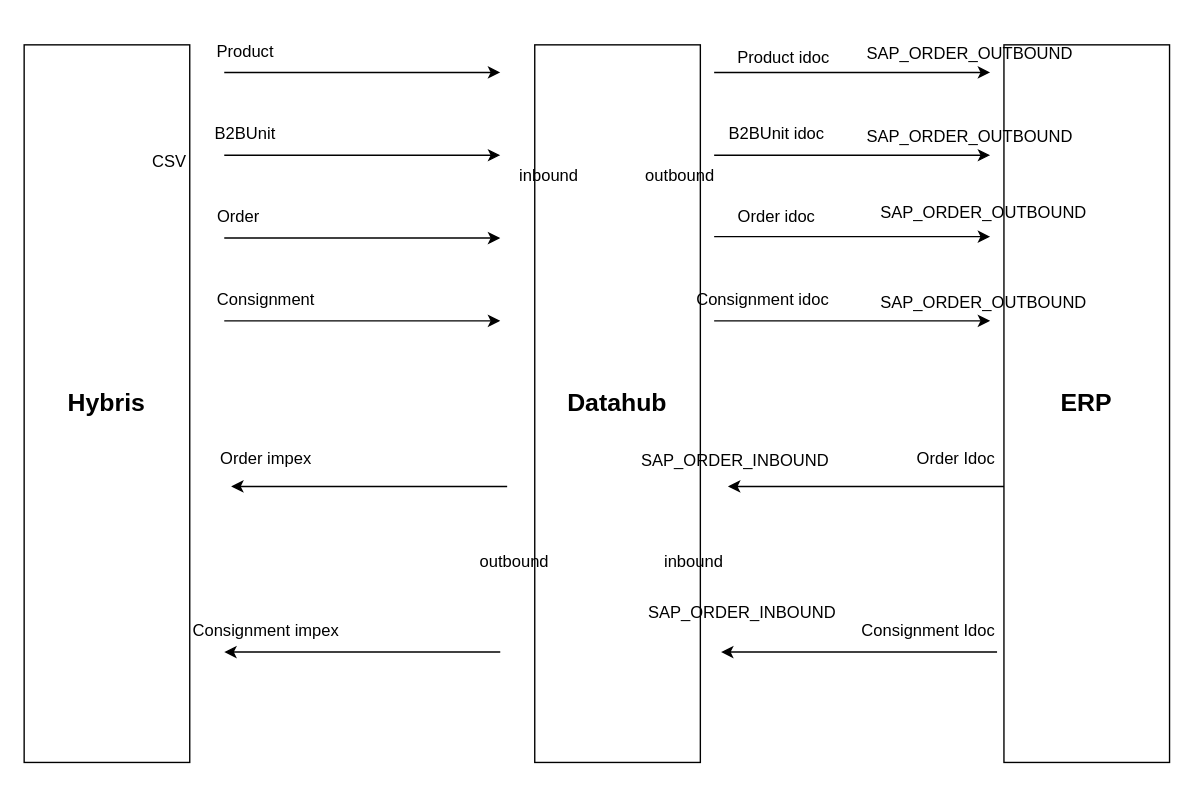
Earlier version of the draw.io diagram page "Page-1" (1 of 2) of Untitled Diagram.drawio (hoa89nguyen/myproject). Source tidied: cells renumbered, new cells numbered last; positions are measured from the earlier drawing's top-left corner, leaving out a move shared by most shapes. Both pictures are drawn from the tidied source at 138%, with x=0, y=0 at pixel (23, 23).
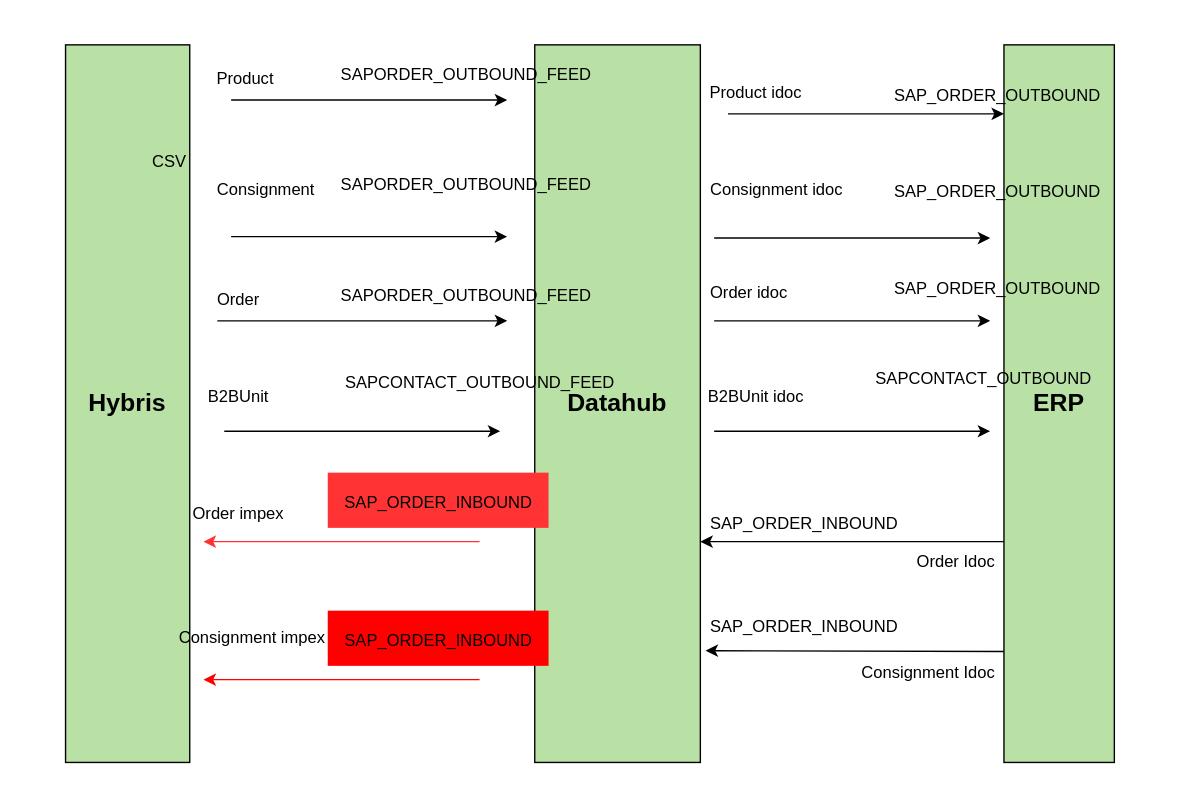
After the change.

What changed in the source:
```diff
@@
-    <mxCell id="2" value="&lt;font style=&quot;font-size: 18px;&quot;&gt;&lt;b&gt;Datahub&lt;/b&gt;&lt;/font&gt;" style="rounded=0;whiteSpace=wrap;html=1;" parent="1" vertex="1">
+    <mxCell id="2" value="&lt;font style=&quot;font-size: 18px;&quot;&gt;&lt;b&gt;Datahub&lt;/b&gt;&lt;/font&gt;" style="rounded=0;whiteSpace=wrap;html=1;fillColor=#B9E0A5;" parent="1" vertex="1">
       <mxGeometry x="370" y="15" width="120" height="520" as="geometry" />
     </mxCell>
-    <mxCell id="3" value="outbound" style="text;html=1;align=center;verticalAlign=middle;strokeColor=none;fillColor=none;" parent="1" vertex="1">
-      <mxGeometry x="440" y="95" width="70" height="30" as="geometry" />
-    </mxCell>
-    <mxCell id="4" value="inbound" style="text;html=1;align=center;verticalAlign=middle;strokeColor=none;fillColor=none;" parent="1" vertex="1">
-      <mxGeometry x="450" y="375" width="70" height="30" as="geometry" />
-    </mxCell>
-    <mxCell id="5" value="outbound" style="text;html=1;align=center;verticalAlign=middle;strokeColor=none;fillColor=none;" parent="1" vertex="1">
-      <mxGeometry x="320" y="375" width="70" height="30" as="geometry" />
-    </mxCell>
     <mxCell id="6" style="endArrow=classic;html=1;rounded=0;" parent="1" edge="1">
       <mxGeometry relative="1" as="geometry">
-        <mxPoint x="145" y="35" as="sourcePoint" />
-        <mxPoint x="345" y="35" as="targetPoint" />
+        <mxPoint x="150" y="55" as="sourcePoint" />
+        <mxPoint x="350" y="55" as="targetPoint" />
       </mxGeometry>
     </mxCell>
-    <mxCell id="7" value="&lt;font style=&quot;font-size: 18px;&quot;&gt;&lt;b&gt;Hybris&lt;/b&gt;&lt;/font&gt;" style="rounded=0;whiteSpace=wrap;html=1;" parent="1" vertex="1">
-      <mxGeometry y="15" width="120" height="520" as="geometry" />
+    <mxCell id="7" value="&lt;font style=&quot;font-size: 18px;&quot;&gt;&lt;b&gt;Hybris&lt;/b&gt;&lt;/font&gt;" style="rounded=0;whiteSpace=wrap;html=1;fillColor=#B9E0A5;" parent="1" vertex="1">
+      <mxGeometry x="30" y="15" width="90" height="520" as="geometry" />
     </mxCell>
-    <mxCell id="8" value="&lt;font style=&quot;font-size: 18px;&quot;&gt;&lt;b&gt;ERP&lt;/b&gt;&lt;/font&gt;" style="rounded=0;whiteSpace=wrap;html=1;" parent="1" vertex="1">
-      <mxGeometry x="710" y="15" width="120" height="520" as="geometry" />
+    <mxCell id="8" value="&lt;font style=&quot;font-size: 18px;&quot;&gt;&lt;b&gt;ERP&lt;/b&gt;&lt;/font&gt;" style="rounded=0;whiteSpace=wrap;html=1;fillColor=#B9E0A5;" parent="1" vertex="1">
+      <mxGeometry x="710" y="15" width="80" height="520" as="geometry" />
     </mxCell>
     <mxCell id="9" value="Product" style="text;html=1;align=center;verticalAlign=middle;strokeColor=none;fillColor=none;" parent="1" vertex="1">
-      <mxGeometry x="130" y="5" width="60" height="30" as="geometry" />
+      <mxGeometry x="130" y="25" width="60" height="30" as="geometry" />
     </mxCell>
     <mxCell id="10" style="endArrow=classic;html=1;rounded=0;" parent="1" edge="1">
       <mxGeometry relative="1" as="geometry">
-        <mxPoint x="145" y="95" as="sourcePoint" />
-        <mxPoint x="345" y="95" as="targetPoint" />
+        <mxPoint x="150" y="154" as="sourcePoint" />
+        <mxPoint x="350" y="154" as="targetPoint" />
       </mxGeometry>
     </mxCell>
     <mxCell id="11" value="B2BUnit" style="text;html=1;align=center;verticalAlign=middle;strokeColor=none;fillColor=none;" parent="1" vertex="1">
-      <mxGeometry x="125" y="65" width="70" height="30" as="geometry" />
+      <mxGeometry x="120" y="255" width="70" height="30" as="geometry" />
     </mxCell>
-    <mxCell id="12" style="endArrow=classic;html=1;rounded=0;" parent="1" edge="1">
-      <mxGeometry relative="1" as="geometry">
-        <mxPoint x="145" y="155" as="sourcePoint" />
-        <mxPoint x="345" y="155" as="targetPoint" />
-        <Array as="points">
-          <mxPoint x="255" y="155" />
-        </Array>
-      </mxGeometry>
-    </mxCell>
     <mxCell id="13" value="Order" style="text;html=1;align=center;verticalAlign=middle;strokeColor=none;fillColor=none;" parent="1" vertex="1">
-      <mxGeometry x="130" y="125" width="50" height="30" as="geometry" />
+      <mxGeometry x="130" y="185" width="50" height="30" as="geometry" />
     </mxCell>
     <mxCell id="14" style="endArrow=classic;html=1;rounded=0;" parent="1" edge="1">
       <mxGeometry relative="1" as="geometry">
-        <mxPoint x="145" y="215" as="sourcePoint" />
-        <mxPoint x="345" y="215" as="targetPoint" />
+        <mxPoint x="145" y="295" as="sourcePoint" />
+        <mxPoint x="345" y="295" as="targetPoint" />
         <Array as="points">
-          <mxPoint x="255" y="215" />
+          <mxPoint x="255" y="295" />
         </Array>
       </mxGeometry>
     </mxCell>
     <mxCell id="15" value="Consignment" style="text;html=1;align=center;verticalAlign=middle;strokeColor=none;fillColor=none;" parent="1" vertex="1">
-      <mxGeometry x="130" y="185" width="90" height="30" as="geometry" />
+      <mxGeometry x="130" y="105" width="90" height="30" as="geometry" />
     </mxCell>
-    <mxCell id="16" value="inbound" style="text;html=1;align=center;verticalAlign=middle;strokeColor=none;fillColor=none;" parent="1" vertex="1">
-      <mxGeometry x="345" y="95" width="70" height="30" as="geometry" />
-    </mxCell>
@@
     <mxCell id="18" style="endArrow=classic;html=1;rounded=0;" parent="1" edge="1">
       <mxGeometry relative="1" as="geometry">
-        <mxPoint x="500" y="35" as="sourcePoint" />
-        <mxPoint x="700" y="35" as="targetPoint" />
+        <mxPoint x="510" y="65" as="sourcePoint" />
+        <mxPoint x="710" y="65" as="targetPoint" />
       </mxGeometry>
     </mxCell>
     <mxCell id="19" style="endArrow=classic;html=1;rounded=0;" parent="1" edge="1">
       <mxGeometry relative="1" as="geometry">
-        <mxPoint x="500" y="95" as="sourcePoint" />
-        <mxPoint x="700" y="95" as="targetPoint" />
+        <mxPoint x="500" y="155" as="sourcePoint" />
+        <mxPoint x="700" y="155" as="targetPoint" />
       </mxGeometry>
     </mxCell>
     <mxCell id="20" style="endArrow=classic;html=1;rounded=0;" parent="1" edge="1">
       <mxGeometry relative="1" as="geometry">
-        <mxPoint x="500" y="215" as="sourcePoint" />
-        <mxPoint x="700" y="215" as="targetPoint" />
+        <mxPoint x="500" y="295" as="sourcePoint" />
+        <mxPoint x="700" y="295" as="targetPoint" />
       </mxGeometry>
     </mxCell>
     <mxCell id="21" value="Product idoc" style="text;html=1;align=center;verticalAlign=middle;strokeColor=none;fillColor=none;" parent="1" vertex="1">
-      <mxGeometry x="505" y="10" width="90" height="30" as="geometry" />
+      <mxGeometry x="485" y="35" width="90" height="30" as="geometry" />
     </mxCell>
     <mxCell id="22" value="B2BUnit idoc" style="text;html=1;align=center;verticalAlign=middle;strokeColor=none;fillColor=none;" parent="1" vertex="1">
-      <mxGeometry x="500" y="65" width="90" height="30" as="geometry" />
+      <mxGeometry x="485" y="255" width="90" height="30" as="geometry" />
     </mxCell>
     <mxCell id="23" value="Order idoc" style="text;html=1;align=center;verticalAlign=middle;strokeColor=none;fillColor=none;" parent="1" vertex="1">
-      <mxGeometry x="505" y="125" width="80" height="30" as="geometry" />
+      <mxGeometry x="485" y="180" width="80" height="30" as="geometry" />
     </mxCell>
     <mxCell id="24" value="Consignment idoc" style="text;html=1;align=center;verticalAlign=middle;strokeColor=none;fillColor=none;" parent="1" vertex="1">
-      <mxGeometry x="475" y="185" width="120" height="30" as="geometry" />
+      <mxGeometry x="485" y="105" width="120" height="30" as="geometry" />
     </mxCell>
-    <mxCell id="25" style="endArrow=classic;html=1;rounded=0;" parent="1" edge="1">
+    <mxCell id="25" style="endArrow=classic;html=1;rounded=0;strokeColor=#FF3333;" parent="1" edge="1">
       <mxGeometry relative="1" as="geometry">
-        <mxPoint x="710" y="335" as="sourcePoint" />
-        <mxPoint x="510" y="335" as="targetPoint" />
+        <mxPoint x="330" y="375" as="sourcePoint" />
+        <mxPoint x="130" y="375" as="targetPoint" />
       </mxGeometry>
     </mxCell>
-    <mxCell id="26" style="endArrow=classic;html=1;rounded=0;" parent="1" edge="1">
+    <mxCell id="26" style="endArrow=classic;html=1;rounded=0;entryX=0.145;entryY=0.98;entryDx=0;entryDy=0;entryPerimeter=0;" parent="1" edge="1">
       <mxGeometry relative="1" as="geometry">
-        <mxPoint x="345" y="455" as="sourcePoint" />
-        <mxPoint x="145" y="455" as="targetPoint" />
+        <mxPoint x="710" y="454.6" as="sourcePoint" />
+        <mxPoint x="493.8" y="454" as="targetPoint" />
       </mxGeometry>
     </mxCell>
     <mxCell id="27" value="Order Idoc" style="text;html=1;align=center;verticalAlign=middle;strokeColor=none;fillColor=none;" parent="1" vertex="1">
-      <mxGeometry x="635" y="300" width="80" height="30" as="geometry" />
+      <mxGeometry x="635" y="375" width="80" height="30" as="geometry" />
     </mxCell>
     <mxCell id="28" value="Consignment Idoc" style="text;html=1;align=center;verticalAlign=middle;strokeColor=none;fillColor=none;" parent="1" vertex="1">
-      <mxGeometry x="595" y="425" width="120" height="30" as="geometry" />
+      <mxGeometry x="595" y="455" width="120" height="30" as="geometry" />
     </mxCell>
     <mxCell id="29" style="endArrow=classic;html=1;rounded=0;" parent="1" edge="1">
       <mxGeometry relative="1" as="geometry">
-        <mxPoint x="350" y="335" as="sourcePoint" />
-        <mxPoint x="150" y="335" as="targetPoint" />
+        <mxPoint x="710" y="375" as="sourcePoint" />
+        <mxPoint x="490" y="375" as="targetPoint" />
       </mxGeometry>
     </mxCell>
     <mxCell id="30" value="Order impex" style="text;html=1;align=center;verticalAlign=middle;strokeColor=none;fillColor=none;" parent="1" vertex="1">
-      <mxGeometry x="130" y="300" width="90" height="30" as="geometry" />
+      <mxGeometry x="110" y="340" width="90" height="30" as="geometry" />
     </mxCell>
     <mxCell id="31" value="Consignment impex" style="text;html=1;align=center;verticalAlign=middle;strokeColor=none;fillColor=none;" parent="1" vertex="1">
-      <mxGeometry x="110" y="425" width="130" height="30" as="geometry" />
+      <mxGeometry x="100" y="430" width="130" height="30" as="geometry" />
     </mxCell>
-    <mxCell id="32" style="endArrow=classic;html=1;rounded=0;" parent="1" edge="1">
+    <mxCell id="32" style="endArrow=classic;html=1;rounded=0;strokeColor=#FF0000;" parent="1" edge="1">
       <mxGeometry relative="1" as="geometry">
-        <mxPoint x="705" y="455" as="sourcePoint" />
-        <mxPoint x="505" y="455" as="targetPoint" />
+        <mxPoint x="330" y="475" as="sourcePoint" />
+        <mxPoint x="130" y="475" as="targetPoint" />
       </mxGeometry>
     </mxCell>
-    <mxCell id="33" value="&lt;font style=&quot;font-size: 12px;&quot;&gt;SAP_ORDER_INBOUND&lt;/font&gt;" style="text;html=1;align=center;verticalAlign=middle;strokeColor=none;fillColor=none;fontSize=18;" parent="1" vertex="1">
-      <mxGeometry x="435" y="295" width="160" height="40" as="geometry" />
+    <mxCell id="33" value="&lt;font style=&quot;font-size: 12px;&quot;&gt;SAP_ORDER_INBOUND&lt;/font&gt;" style="text;html=1;align=center;verticalAlign=middle;strokeColor=none;fillColor=#FF3333;fontSize=18;" parent="1" vertex="1">
+      <mxGeometry x="220" y="325" width="160" height="40" as="geometry" />
     </mxCell>
-    <mxCell id="34" value="&lt;font style=&quot;font-size: 12px;&quot;&gt;SAP_ORDER_INBOUND&lt;/font&gt;" style="text;html=1;align=center;verticalAlign=middle;strokeColor=none;fillColor=none;fontSize=18;" parent="1" vertex="1">
-      <mxGeometry x="440" y="405" width="160" height="40" as="geometry" />
+    <mxCell id="34" value="&lt;font style=&quot;font-size: 12px;&quot;&gt;SAP_ORDER_INBOUND&lt;/font&gt;" style="text;html=1;align=center;verticalAlign=middle;strokeColor=none;fillColor=#FF0000;fontSize=18;" parent="1" vertex="1">
+      <mxGeometry x="220" y="425" width="160" height="40" as="geometry" />
     </mxCell>
     <mxCell id="35" value="&lt;font style=&quot;font-size: 12px;&quot;&gt;SAP_ORDER_OUTBOUND&lt;/font&gt;" style="text;html=1;align=center;verticalAlign=middle;strokeColor=none;fillColor=none;fontSize=18;" parent="1" vertex="1">
-      <mxGeometry x="600" width="170" height="40" as="geometry" />
+      <mxGeometry x="620" y="30" width="170" height="40" as="geometry" />
     </mxCell>
-    <mxCell id="36" value="&lt;font style=&quot;font-size: 12px;&quot;&gt;SAP_ORDER_OUTBOUND&lt;/font&gt;" style="text;html=1;align=center;verticalAlign=middle;strokeColor=none;fillColor=none;fontSize=18;" parent="1" vertex="1">
-      <mxGeometry x="600" y="60" width="170" height="40" as="geometry" />
+    <mxCell id="36" value="&lt;font style=&quot;font-size: 12px;&quot;&gt;SAPCONTACT_OUTBOUND&lt;br&gt;&lt;/font&gt;" style="text;html=1;align=center;verticalAlign=middle;strokeColor=none;fillColor=none;fontSize=18;" parent="1" vertex="1">
+      <mxGeometry x="605" y="235" width="180" height="40" as="geometry" />
     </mxCell>
     <mxCell id="37" value="&lt;font style=&quot;font-size: 12px;&quot;&gt;SAP_ORDER_OUTBOUND&lt;/font&gt;" style="text;html=1;align=center;verticalAlign=middle;strokeColor=none;fillColor=none;fontSize=18;" parent="1" vertex="1">
-      <mxGeometry x="610" y="115" width="170" height="40" as="geometry" />
+      <mxGeometry x="620" y="170" width="170" height="40" as="geometry" />
     </mxCell>
     <mxCell id="38" value="&lt;font style=&quot;font-size: 12px;&quot;&gt;SAP_ORDER_OUTBOUND&lt;/font&gt;" style="text;html=1;align=center;verticalAlign=middle;strokeColor=none;fillColor=none;fontSize=18;" parent="1" vertex="1">
-      <mxGeometry x="610" y="180" width="170" height="40" as="geometry" />
+      <mxGeometry x="620" y="100" width="170" height="40" as="geometry" />
     </mxCell>
     <mxCell id="39" style="endArrow=classic;html=1;rounded=0;" parent="1" edge="1">
       <mxGeometry relative="1" as="geometry">
-        <mxPoint x="500" y="154" as="sourcePoint" />
-        <mxPoint x="700" y="154" as="targetPoint" />
+        <mxPoint x="500" y="215" as="sourcePoint" />
+        <mxPoint x="700" y="215" as="targetPoint" />
       </mxGeometry>
     </mxCell>
+    <mxCell id="40" value="&lt;font style=&quot;font-size: 12px;&quot;&gt;SAPORDER_OUTBOUND_FEED&lt;/font&gt;" style="text;html=1;align=center;verticalAlign=middle;strokeColor=none;fillColor=none;fontSize=18;" parent="1" vertex="1">
+      <mxGeometry x="220" y="15" width="200" height="40" as="geometry" />
+    </mxCell>
+    <mxCell id="41" value="SAPCONTACT_OUTBOUND_FEED" style="text;html=1;align=center;verticalAlign=middle;strokeColor=none;fillColor=none;" parent="1" vertex="1">
+      <mxGeometry x="220" y="245" width="220" height="30" as="geometry" />
+    </mxCell>
+    <mxCell id="42" value="&lt;font style=&quot;font-size: 12px;&quot;&gt;SAPORDER_OUTBOUND_FEED&lt;/font&gt;" style="text;html=1;align=center;verticalAlign=middle;strokeColor=none;fillColor=none;fontSize=18;" parent="1" vertex="1">
+      <mxGeometry x="220" y="95" width="200" height="40" as="geometry" />
+    </mxCell>
+    <mxCell id="43" value="&lt;font style=&quot;font-size: 12px;&quot;&gt;SAPORDER_OUTBOUND_FEED&lt;/font&gt;" style="text;html=1;align=center;verticalAlign=middle;strokeColor=none;fillColor=none;fontSize=18;" parent="1" vertex="1">
+      <mxGeometry x="220" y="175" width="200" height="40" as="geometry" />
+    </mxCell>
+    <mxCell id="44" style="endArrow=classic;html=1;rounded=0;" parent="1" edge="1">
+      <mxGeometry relative="1" as="geometry">
+        <mxPoint x="140" y="215" as="sourcePoint" />
+        <mxPoint x="350" y="215" as="targetPoint" />
+      </mxGeometry>
+    </mxCell>
+    <mxCell id="45" value="&lt;font style=&quot;font-size: 12px;&quot;&gt;SAP_ORDER_INBOUND&lt;/font&gt;" style="text;html=1;align=center;verticalAlign=middle;strokeColor=none;fillColor=none;fontSize=18;" parent="1" vertex="1">
+      <mxGeometry x="485" y="340" width="160" height="40" as="geometry" />
+    </mxCell>
+    <mxCell id="46" value="&lt;font style=&quot;font-size: 12px;&quot;&gt;SAP_ORDER_INBOUND&lt;/font&gt;" style="text;html=1;align=center;verticalAlign=middle;strokeColor=none;fillColor=none;fontSize=18;" parent="1" vertex="1">
+      <mxGeometry x="485" y="415" width="160" height="40" as="geometry" />
+    </mxCell>
```
